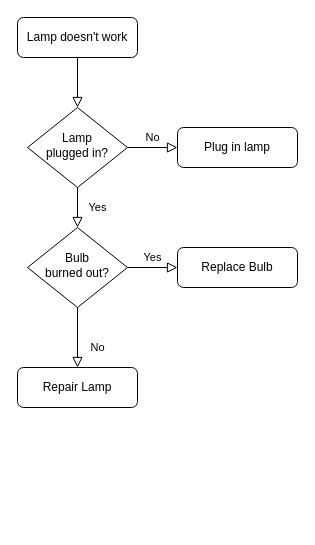
This is 随便.drawio from dayechun/apachecn-python-zh-pt2, a draw.io file, before an edit. Source tidied: cells renumbered, new cells numbered last; positions are measured from the earlier drawing's top-left corner, leaving out a move shared by most shapes. Both pictures are drawn from the tidied source at 100%, with x=0, y=0 at pixel (17, 17).
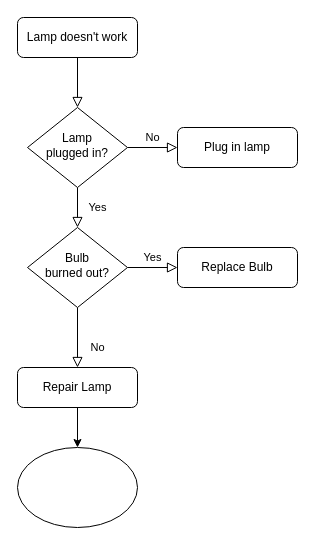
The same page after the edit.

The edit, as a diff of the source:
```diff
@@
 <mxGraphModel>
   <root>
     <mxCell id="0" />
     <mxCell id="1" parent="0" />
     <mxCell id="2" style="rounded=0;html=1;jettySize=auto;fontSize=11;endArrow=block;endFill=0;endSize=8;strokeWidth=1;shadow=0;labelBackgroundColor=none;edgeStyle=orthogonalEdgeStyle;" parent="1" edge="1" source="3" target="6">
       <mxGeometry relative="1" as="geometry" />
     </mxCell>
     <mxCell id="3" value="Lamp doesn't work" style="rounded=1;whiteSpace=wrap;html=1;fontSize=12;glass=0;strokeWidth=1;shadow=0;" parent="1" vertex="1">
       <mxGeometry width="120" height="40" as="geometry" />
     </mxCell>
     <mxCell id="4" value="Yes" style="rounded=0;html=1;jettySize=auto;fontSize=11;endArrow=block;endFill=0;endSize=8;strokeWidth=1;shadow=0;labelBackgroundColor=none;edgeStyle=orthogonalEdgeStyle;" parent="1" edge="1" source="6" target="10">
       <mxGeometry y="20" relative="1" as="geometry" />
     </mxCell>
     <mxCell id="5" value="No" style="edgeStyle=orthogonalEdgeStyle;rounded=0;html=1;jettySize=auto;fontSize=11;endArrow=block;endFill=0;endSize=8;strokeWidth=1;shadow=0;labelBackgroundColor=none;" parent="1" edge="1" source="6" target="7">
       <mxGeometry y="10" relative="1" as="geometry" />
     </mxCell>
     <mxCell id="6" value="Lamp&lt;br&gt;plugged in?" style="rhombus;whiteSpace=wrap;html=1;shadow=0;fontFamily=Helvetica;fontSize=12;align=center;strokeWidth=1;spacing=6;spacingTop=-4;" parent="1" vertex="1">
       <mxGeometry x="10" y="90" width="100" height="80" as="geometry" />
     </mxCell>
     <mxCell id="7" value="Plug in lamp" style="rounded=1;whiteSpace=wrap;html=1;fontSize=12;glass=0;strokeWidth=1;shadow=0;" parent="1" vertex="1">
       <mxGeometry x="160" y="110" width="120" height="40" as="geometry" />
     </mxCell>
     <mxCell id="8" value="No" style="rounded=0;html=1;jettySize=auto;fontSize=11;endArrow=block;endFill=0;endSize=8;strokeWidth=1;shadow=0;labelBackgroundColor=none;edgeStyle=orthogonalEdgeStyle;" parent="1" edge="1" source="10" target="11">
       <mxGeometry x="0.33" y="20" relative="1" as="geometry" />
     </mxCell>
     <mxCell id="9" value="Yes" style="edgeStyle=orthogonalEdgeStyle;rounded=0;html=1;jettySize=auto;fontSize=11;endArrow=block;endFill=0;endSize=8;strokeWidth=1;shadow=0;labelBackgroundColor=none;" parent="1" edge="1" source="10" target="12">
       <mxGeometry y="10" relative="1" as="geometry" />
     </mxCell>
     <mxCell id="10" value="Bulb&lt;br&gt;burned out?" style="rhombus;whiteSpace=wrap;html=1;shadow=0;fontFamily=Helvetica;fontSize=12;align=center;strokeWidth=1;spacing=6;spacingTop=-4;" parent="1" vertex="1">
       <mxGeometry x="10" y="210" width="100" height="80" as="geometry" />
     </mxCell>
+    <mxCell id="13" style="edgeStyle=orthogonalEdgeStyle;rounded=0;jettySize=auto;html=1;exitX=0.5;exitY=1;exitDx=0;exitDy=0;entryX=0.5;entryY=1;entryDx=0;entryDy=0;" parent="1" edge="1" source="11" target="14">
+      <mxGeometry relative="1" as="geometry" />
+    </mxCell>
     <mxCell id="11" value="Repair Lamp" style="rounded=1;whiteSpace=wrap;html=1;fontSize=12;glass=0;strokeWidth=1;shadow=0;" parent="1" vertex="1">
       <mxGeometry y="350" width="120" height="40" as="geometry" />
     </mxCell>
     <mxCell id="12" value="Replace Bulb" style="rounded=1;whiteSpace=wrap;html=1;fontSize=12;glass=0;strokeWidth=1;shadow=0;" parent="1" vertex="1">
       <mxGeometry x="160" y="230" width="120" height="40" as="geometry" />
     </mxCell>
+    <mxCell id="14" style="ellipse;whiteSpace=wrap;html=1;direction=west;" parent="1" vertex="1">
+      <mxGeometry y="430" width="120" height="80" as="geometry" />
+    </mxCell>
   </root>
 </mxGraphModel>
```
